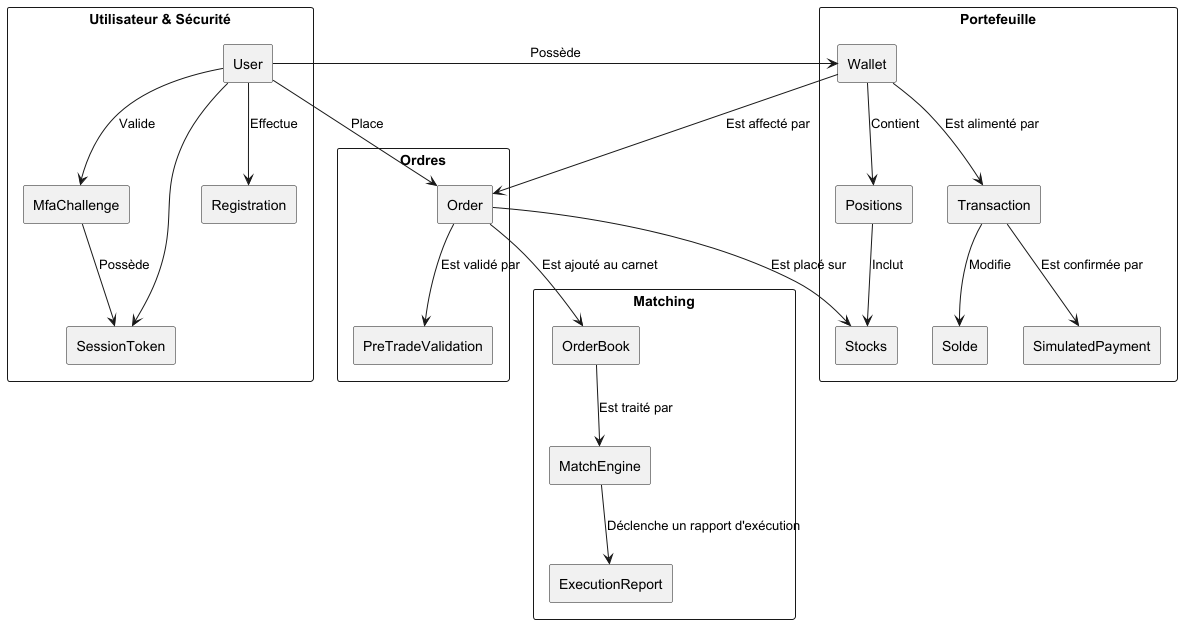
Earlier version of the PlantUML export docs/ddd/boundedContexts/bounded_contexts.png (Hugo-12341234/BrokerX_MicroServices).
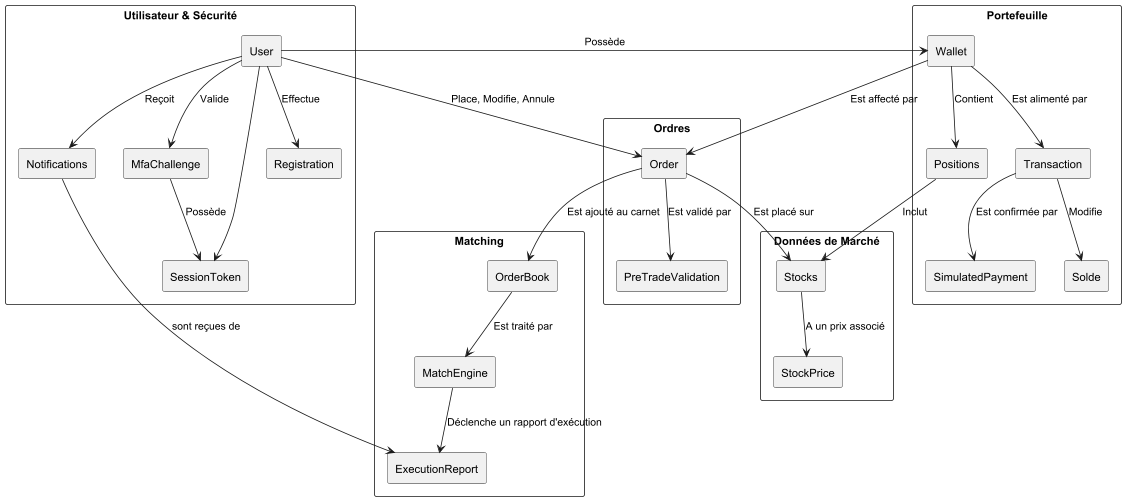
The same diagram one commit later.

Commit message:
New bounded contexts done, deployment in progress (missing event-driven)

Change to the diagram source:
```diff
@@ -6,18 +6,19 @@
   rectangle "MfaChallenge"
   rectangle "SessionToken"
   rectangle "Registration"
+  rectangle "Notifications"
 
   User -down-> SessionToken
   User -down-> MfaChallenge: "Valide"
   User -down-> Registration: "Effectue"
   MfaChallenge -down-> SessionToken: "Possède"
+  User -down-> Notifications: "Reçoit"
 }
 
 package "Portefeuille" {
   rectangle "Wallet"
   rectangle "Transaction"
   rectangle "Positions"
-  rectangle "Stocks"
   rectangle "SimulatedPayment"
   rectangle "Solde"
 
@@ -25,7 +26,6 @@
   Transaction -down-> SimulatedPayment: "Est confirmée par"
   Transaction -down-> Solde: "Modifie"
   Wallet -down-> Positions: "Contient"
-  Positions -down-> Stocks: "Inclut"
 }
 
 package "Ordres" {
@@ -44,10 +44,19 @@
   MatchEngine -down-> ExecutionReport: "Déclenche un rapport d'exécution"
 }
 
+package "Données de Marché" {
+  rectangle "Stocks"
+  rectangle "StockPrice"
+
+  Stocks -down-> StockPrice: "A un prix associé"
+}
+
 User -right-> Wallet: "Possède"
-User -right-> Order: "Place"
+User -right-> Order: "Place, Modifie, Annule"
+Notifications -right-> ExecutionReport: "sont reçues de"
 Wallet -down-> Order: "Est affecté par"
 Order -down-> OrderBook: "Est ajouté au carnet"
 Order -> Stocks: "Est placé sur"
+Positions -down-> Stocks: "Inclut"
 
 @enduml
```
